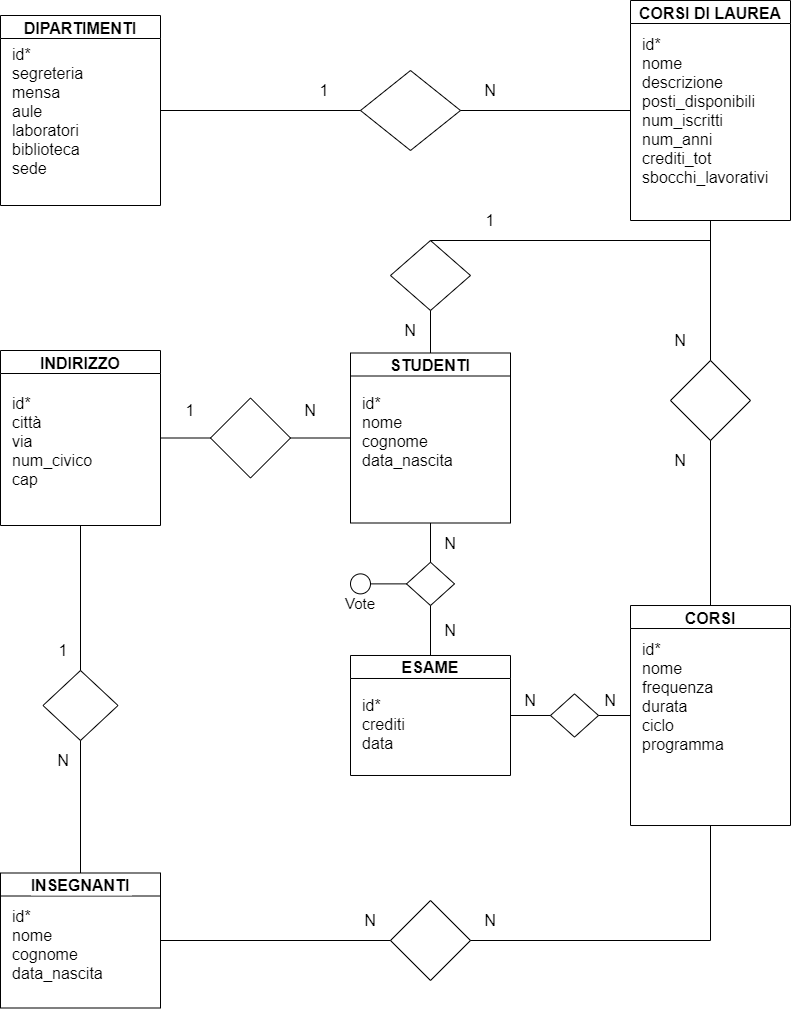
Wass01/db-university keeps this draw.io diagram as university_db.png. Above is the earlier version. Source tidied: cells renumbered, new cells last; positions are measured from the earlier drawing's top-left corner, leaving out a move shared by most shapes.
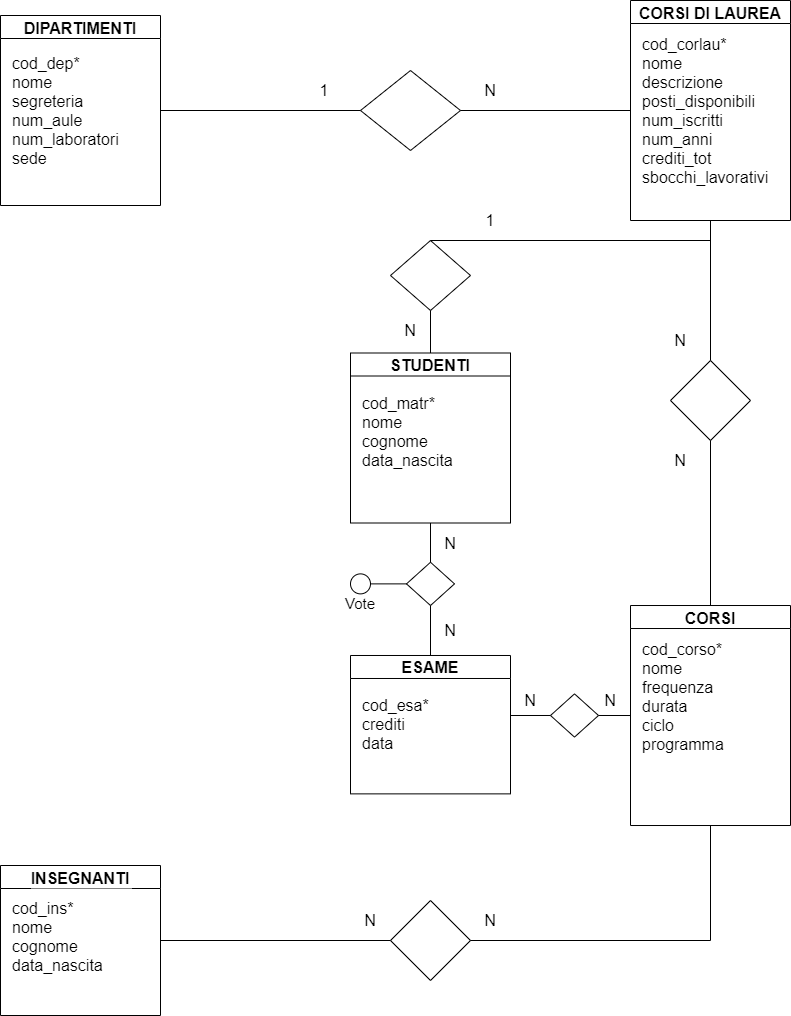
Above is the later version.

Commit message:
esercizio finito

What changed in the source:
```diff
@@ -5,13 +5,13 @@
     <mxCell id="2" value="DIPARTIMENTI" style="swimlane;align=center;fontSize=16;" parent="1" vertex="1">
       <mxGeometry y="15" width="160" height="190" as="geometry" />
     </mxCell>
-    <mxCell id="3" value="&lt;div&gt;&lt;font style=&quot;font-size: 16px&quot;&gt;id*&lt;/font&gt;&lt;/div&gt;&lt;div&gt;&lt;font style=&quot;font-size: 16px&quot;&gt;segreteria&lt;/font&gt;&lt;/div&gt;&lt;div&gt;&lt;font style=&quot;font-size: 16px&quot;&gt;mensa&lt;/font&gt;&lt;/div&gt;&lt;div&gt;&lt;font style=&quot;font-size: 16px&quot;&gt;aule&lt;/font&gt;&lt;/div&gt;&lt;div&gt;&lt;font style=&quot;font-size: 16px&quot;&gt;laboratori&lt;/font&gt;&lt;/div&gt;&lt;div&gt;&lt;font style=&quot;font-size: 16px&quot;&gt;biblioteca&lt;/font&gt;&lt;/div&gt;&lt;div&gt;&lt;font style=&quot;font-size: 16px&quot;&gt;sede&lt;/font&gt;&lt;/div&gt;&lt;div&gt;&lt;br&gt;&lt;/div&gt;" style="text;html=1;align=left;verticalAlign=middle;strokeColor=none;fontSize=16;" parent="2" vertex="1">
-      <mxGeometry x="10" y="30" width="90" height="150" as="geometry" />
+    <mxCell id="3" value="&lt;div&gt;&lt;font style=&quot;font-size: 16px&quot;&gt;cod_dep*&lt;/font&gt;&lt;/div&gt;&lt;div&gt;&lt;font style=&quot;font-size: 16px&quot;&gt;nome&lt;/font&gt;&lt;/div&gt;&lt;div&gt;&lt;font style=&quot;font-size: 16px&quot;&gt;segreteria&lt;/font&gt;&lt;/div&gt;&lt;div&gt;&lt;font style=&quot;font-size: 16px&quot;&gt;num_aule&lt;/font&gt;&lt;/div&gt;&lt;div&gt;&lt;font style=&quot;font-size: 16px&quot;&gt;num_laboratori&lt;/font&gt;&lt;/div&gt;&lt;div&gt;&lt;font style=&quot;font-size: 16px&quot;&gt;sede&lt;/font&gt;&lt;/div&gt;&lt;div&gt;&lt;br&gt;&lt;/div&gt;" style="text;html=1;align=left;verticalAlign=middle;strokeColor=none;fontSize=16;" parent="2" vertex="1">
+      <mxGeometry x="10" y="40" width="120" height="130" as="geometry" />
     </mxCell>
     <mxCell id="4" value="CORSI DI LAUREA" style="swimlane;align=center;fontSize=16;" parent="1" vertex="1">
       <mxGeometry x="630" width="160" height="220" as="geometry" />
     </mxCell>
-    <mxCell id="5" value="&lt;div&gt;&lt;font style=&quot;font-size: 16px&quot;&gt;id*&lt;/font&gt;&lt;/div&gt;&lt;div&gt;nome&lt;/div&gt;&lt;div&gt;descrizione&lt;/div&gt;&lt;div&gt;posti_disponibili&lt;/div&gt;&lt;div&gt;num_iscritti&lt;/div&gt;&lt;div&gt;num_anni&lt;/div&gt;&lt;div&gt;crediti_tot&lt;/div&gt;&lt;div&gt;sbocchi_lavorativi&lt;/div&gt;" style="text;html=1;align=left;verticalAlign=middle;strokeColor=none;fontSize=16;" parent="4" vertex="1">
+    <mxCell id="5" value="&lt;div&gt;&lt;font style=&quot;font-size: 16px&quot;&gt;cod_corlau*&lt;/font&gt;&lt;/div&gt;&lt;div&gt;nome&lt;/div&gt;&lt;div&gt;descrizione&lt;/div&gt;&lt;div&gt;posti_disponibili&lt;/div&gt;&lt;div&gt;num_iscritti&lt;/div&gt;&lt;div&gt;num_anni&lt;/div&gt;&lt;div&gt;crediti_tot&lt;/div&gt;&lt;div&gt;sbocchi_lavorativi&lt;/div&gt;" style="text;html=1;align=left;verticalAlign=middle;strokeColor=none;fontSize=16;" parent="4" vertex="1">
       <mxGeometry x="10" y="35" width="140" height="150" as="geometry" />
     </mxCell>
     <mxCell id="6" style="rhombus;whiteSpace=wrap;html=1;fontSize=15;align=left;" parent="1" vertex="1">
@@ -32,30 +32,9 @@
     <mxCell id="11" value="STUDENTI" style="swimlane;align=center;fontSize=16;" parent="1" vertex="1">
       <mxGeometry x="350" y="352.5" width="160" height="170" as="geometry" />
     </mxCell>
-    <mxCell id="12" value="&lt;div&gt;&lt;font style=&quot;font-size: 16px&quot;&gt;id*&lt;/font&gt;&lt;/div&gt;&lt;div&gt;nome&lt;/div&gt;&lt;div&gt;cognome&lt;/div&gt;&lt;div&gt;data_nascita&lt;/div&gt;&lt;div&gt;&lt;br&gt;&lt;/div&gt;&lt;div&gt;&lt;br&gt;&lt;/div&gt;" style="text;html=1;align=left;verticalAlign=middle;strokeColor=none;fontSize=16;" parent="11" vertex="1">
+    <mxCell id="12" value="&lt;div&gt;&lt;font style=&quot;font-size: 16px&quot;&gt;cod_matr*&lt;/font&gt;&lt;/div&gt;&lt;div&gt;nome&lt;/div&gt;&lt;div&gt;cognome&lt;/div&gt;&lt;div&gt;data_nascita&lt;/div&gt;&lt;div&gt;&lt;br&gt;&lt;/div&gt;&lt;div&gt;&lt;br&gt;&lt;/div&gt;" style="text;html=1;align=left;verticalAlign=middle;strokeColor=none;fontSize=16;" parent="11" vertex="1">
       <mxGeometry x="10" y="37.5" width="110" height="120" as="geometry" />
     </mxCell>
-    <mxCell id="13" value="INDIRIZZO" style="swimlane;align=center;fontSize=16;" parent="1" vertex="1">
-      <mxGeometry y="350" width="160" height="175" as="geometry" />
-    </mxCell>
-    <mxCell id="14" value="&lt;div&gt;&lt;font style=&quot;font-size: 16px&quot;&gt;id*&lt;/font&gt;&lt;/div&gt;&lt;div&gt;città&lt;/div&gt;&lt;div&gt;via&lt;/div&gt;&lt;div&gt;num_civico&lt;/div&gt;&lt;div&gt;cap&lt;/div&gt;&lt;div&gt;&lt;br&gt;&lt;/div&gt;" style="text;html=1;align=left;verticalAlign=middle;strokeColor=none;fontSize=16;" parent="13" vertex="1">
-      <mxGeometry x="10" y="40" width="100" height="120" as="geometry" />
-    </mxCell>
-    <mxCell id="15" style="rhombus;whiteSpace=wrap;html=1;fontSize=15;align=left;" parent="1" vertex="1">
-      <mxGeometry x="210" y="397.5" width="80" height="80" as="geometry" />
-    </mxCell>
-    <mxCell id="16" style="endArrow=none;html=1;rounded=0;edgeStyle=orthogonalEdgeStyle;fontSize=15;exitX=1;exitY=0.5;exitDx=0;exitDy=0;entryX=0;entryY=0.5;entryDx=0;entryDy=0;" parent="1" edge="1" source="13" target="15">
-      <mxGeometry relative="1" as="geometry" />
-    </mxCell>
-    <mxCell id="17" style="endArrow=none;html=1;rounded=0;edgeStyle=orthogonalEdgeStyle;fontSize=15;exitX=1;exitY=0.5;exitDx=0;exitDy=0;entryX=0;entryY=0.5;entryDx=0;entryDy=0;" parent="1" edge="1" source="15" target="11">
-      <mxGeometry relative="1" as="geometry" />
-    </mxCell>
-    <mxCell id="18" value="&lt;font style=&quot;font-size: 16px&quot;&gt;N&lt;/font&gt;" style="text;html=1;strokeColor=none;fillColor=none;align=center;verticalAlign=middle;whiteSpace=wrap;rounded=0;fontSize=15;" parent="1" vertex="1">
-      <mxGeometry x="290" y="400" width="40" height="20" as="geometry" />
-    </mxCell>
-    <mxCell id="19" value="&lt;font style=&quot;font-size: 16px&quot;&gt;1&lt;/font&gt;" style="text;html=1;strokeColor=none;fillColor=none;align=center;verticalAlign=middle;whiteSpace=wrap;rounded=0;fontSize=15;" parent="1" vertex="1">
-      <mxGeometry x="170" y="400" width="40" height="20" as="geometry" />
-    </mxCell>
     <mxCell id="20" style="rhombus;whiteSpace=wrap;html=1;fontSize=15;align=left;" parent="1" vertex="1">
       <mxGeometry x="390" y="240" width="80" height="70" as="geometry" />
     </mxCell>
@@ -81,7 +60,7 @@
     <mxCell id="26" value="CORSI" style="swimlane;align=center;fontSize=16;" parent="1" vertex="1">
       <mxGeometry x="630" y="605" width="160" height="220" as="geometry" />
     </mxCell>
-    <mxCell id="27" value="&lt;div&gt;&lt;font style=&quot;font-size: 16px&quot;&gt;id*&lt;/font&gt;&lt;/div&gt;&lt;div&gt;&lt;font style=&quot;font-size: 16px&quot;&gt;nome&lt;/font&gt;&lt;/div&gt;&lt;div&gt;&lt;font style=&quot;font-size: 16px&quot;&gt;frequenza&lt;/font&gt;&lt;/div&gt;&lt;div&gt;durata&lt;/div&gt;&lt;div&gt;ciclo&lt;/div&gt;&lt;div&gt;programma&lt;/div&gt;&lt;div&gt;&lt;font style=&quot;font-size: 16px&quot;&gt;&lt;br&gt;&lt;/font&gt;&lt;/div&gt;&lt;div&gt;&lt;font style=&quot;font-size: 16px&quot;&gt;&lt;br&gt;&lt;/font&gt;&lt;/div&gt;" style="text;html=1;align=left;verticalAlign=middle;strokeColor=none;fontSize=16;" parent="26" vertex="1">
+    <mxCell id="27" value="&lt;div&gt;&lt;font style=&quot;font-size: 16px&quot;&gt;cod_corso*&lt;/font&gt;&lt;/div&gt;&lt;div&gt;&lt;font style=&quot;font-size: 16px&quot;&gt;nome&lt;/font&gt;&lt;/div&gt;&lt;div&gt;&lt;font style=&quot;font-size: 16px&quot;&gt;frequenza&lt;/font&gt;&lt;/div&gt;&lt;div&gt;durata&lt;/div&gt;&lt;div&gt;ciclo&lt;/div&gt;&lt;div&gt;programma&lt;/div&gt;&lt;div&gt;&lt;font style=&quot;font-size: 16px&quot;&gt;&lt;br&gt;&lt;/font&gt;&lt;/div&gt;&lt;div&gt;&lt;font style=&quot;font-size: 16px&quot;&gt;&lt;br&gt;&lt;/font&gt;&lt;/div&gt;" style="text;html=1;align=left;verticalAlign=middle;strokeColor=none;fontSize=16;" parent="26" vertex="1">
       <mxGeometry x="10" y="35" width="100" height="150" as="geometry" />
     </mxCell>
     <mxCell id="28" style="rhombus;whiteSpace=wrap;html=1;fontSize=15;align=left;" parent="1" vertex="1">
@@ -100,26 +79,11 @@
       <mxGeometry x="660" y="450" width="40" height="20" as="geometry" />
     </mxCell>
     <mxCell id="33" value="INSEGNANTI" style="swimlane;align=center;fontSize=16;labelBackgroundColor=#FFFFFF;" parent="1" vertex="1">
-      <mxGeometry y="872.5" width="160" height="135" as="geometry" />
+      <mxGeometry y="865" width="160" height="150" as="geometry" />
     </mxCell>
-    <mxCell id="34" value="&lt;div&gt;&lt;font style=&quot;font-size: 16px&quot;&gt;id*&lt;/font&gt;&lt;/div&gt;&lt;div&gt;&lt;font style=&quot;font-size: 16px&quot;&gt;nome&lt;/font&gt;&lt;/div&gt;&lt;div&gt;cognome&lt;/div&gt;&lt;div&gt;data_nascita&lt;/div&gt;&lt;div&gt;&lt;font style=&quot;font-size: 16px&quot;&gt;&lt;br&gt;&lt;/font&gt;&lt;/div&gt;&lt;div&gt;&lt;font style=&quot;font-size: 16px&quot;&gt;&lt;br&gt;&lt;/font&gt;&lt;/div&gt;" style="text;html=1;align=left;verticalAlign=middle;strokeColor=none;fontSize=16;" parent="33" vertex="1">
+    <mxCell id="34" value="&lt;div&gt;&lt;font style=&quot;font-size: 16px&quot;&gt;cod_ins*&lt;/font&gt;&lt;/div&gt;&lt;div&gt;&lt;font style=&quot;font-size: 16px&quot;&gt;nome&lt;/font&gt;&lt;/div&gt;&lt;div&gt;cognome&lt;/div&gt;&lt;div&gt;data_nascita&lt;/div&gt;&lt;div&gt;&lt;font style=&quot;font-size: 16px&quot;&gt;&lt;br&gt;&lt;/font&gt;&lt;/div&gt;&lt;div&gt;&lt;font style=&quot;font-size: 16px&quot;&gt;&lt;br&gt;&lt;/font&gt;&lt;/div&gt;" style="text;html=1;align=left;verticalAlign=middle;strokeColor=none;fontSize=16;" parent="33" vertex="1">
       <mxGeometry x="10" y="30" width="110" height="120" as="geometry" />
     </mxCell>
-    <mxCell id="35" style="rhombus;whiteSpace=wrap;html=1;fontSize=15;align=left;" parent="1" vertex="1">
-      <mxGeometry x="42.5" y="670" width="75" height="70" as="geometry" />
-    </mxCell>
-    <mxCell id="36" style="endArrow=none;html=1;rounded=0;edgeStyle=orthogonalEdgeStyle;fontSize=15;exitX=0.5;exitY=1;exitDx=0;exitDy=0;entryX=0.5;entryY=0;entryDx=0;entryDy=0;" parent="1" edge="1" source="13" target="35">
-      <mxGeometry relative="1" as="geometry" />
-    </mxCell>
-    <mxCell id="37" style="endArrow=none;html=1;rounded=0;edgeStyle=orthogonalEdgeStyle;fontSize=15;exitX=0.5;exitY=1;exitDx=0;exitDy=0;entryX=0.5;entryY=0;entryDx=0;entryDy=0;" parent="1" edge="1" source="35" target="33">
-      <mxGeometry relative="1" as="geometry" />
-    </mxCell>
-    <mxCell id="38" value="&lt;font style=&quot;font-size: 16px&quot;&gt;1&lt;/font&gt;" style="text;html=1;strokeColor=none;fillColor=none;align=center;verticalAlign=middle;whiteSpace=wrap;rounded=0;fontSize=15;" parent="1" vertex="1">
-      <mxGeometry x="42.5" y="640" width="40" height="20" as="geometry" />
-    </mxCell>
-    <mxCell id="39" value="&lt;font style=&quot;font-size: 16px&quot;&gt;N&lt;/font&gt;" style="text;html=1;strokeColor=none;fillColor=none;align=center;verticalAlign=middle;whiteSpace=wrap;rounded=0;fontSize=15;" parent="1" vertex="1">
-      <mxGeometry x="42.5" y="750" width="40" height="20" as="geometry" />
-    </mxCell>
     <mxCell id="40" style="rhombus;whiteSpace=wrap;html=1;fontSize=15;align=left;" parent="1" vertex="1">
       <mxGeometry x="390" y="900" width="80" height="80" as="geometry" />
     </mxCell>
@@ -136,10 +100,10 @@
       <mxGeometry x="470" y="910" width="40" height="20" as="geometry" />
     </mxCell>
     <mxCell id="45" value="ESAME" style="swimlane;align=center;fontSize=16;" parent="1" vertex="1">
-      <mxGeometry x="350" y="655" width="160" height="120" as="geometry" />
+      <mxGeometry x="350" y="655" width="160" height="138.4" as="geometry" />
     </mxCell>
-    <mxCell id="46" value="&lt;div&gt;&lt;font style=&quot;font-size: 16px&quot;&gt;id*&lt;/font&gt;&lt;/div&gt;&lt;div&gt;crediti&lt;/div&gt;&lt;div&gt;data&lt;/div&gt;&lt;div&gt;&lt;br&gt;&lt;/div&gt;&lt;div&gt;&lt;br&gt;&lt;/div&gt;" style="text;html=1;align=left;verticalAlign=middle;strokeColor=none;fontSize=16;" parent="45" vertex="1">
-      <mxGeometry x="10" y="38.4" width="60" height="100" as="geometry" />
+    <mxCell id="46" value="&lt;div&gt;&lt;font style=&quot;font-size: 16px&quot;&gt;cod_esa*&lt;/font&gt;&lt;/div&gt;&lt;div&gt;crediti&lt;/div&gt;&lt;div&gt;data&lt;/div&gt;&lt;div&gt;&lt;br&gt;&lt;/div&gt;&lt;div&gt;&lt;br&gt;&lt;/div&gt;" style="text;html=1;align=left;verticalAlign=middle;strokeColor=none;fontSize=16;" parent="45" vertex="1">
+      <mxGeometry x="10" y="38.4" width="80" height="100" as="geometry" />
     </mxCell>
     <mxCell id="47" style="edgeStyle=orthogonalEdgeStyle;rounded=0;orthogonalLoop=1;jettySize=auto;html=1;exitX=0.5;exitY=1;exitDx=0;exitDy=0;fontSize=15;" parent="1" edge="1" source="44" target="44">
       <mxGeometry relative="1" as="geometry" />
```
